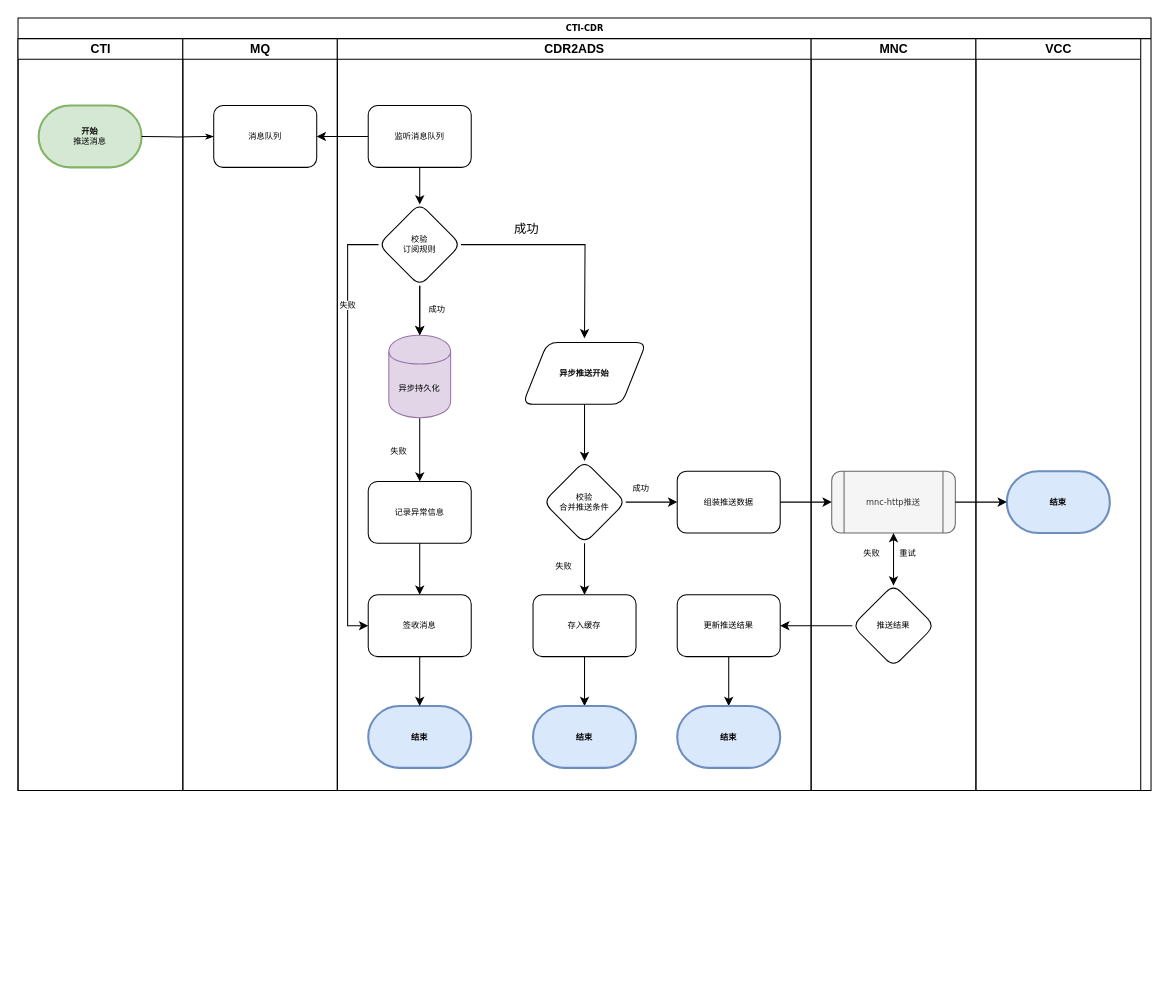
Earlier version of the draw.io diagram cdr2ads.drawio (brahao/draw.io). Source tidied: cells renumbered, new cells numbered last; positions are measured from the earlier drawing's top-left corner, leaving out a move shared by most shapes. Both pictures are drawn from the tidied source at 103%, with x=0, y=0 at pixel (18, 18).
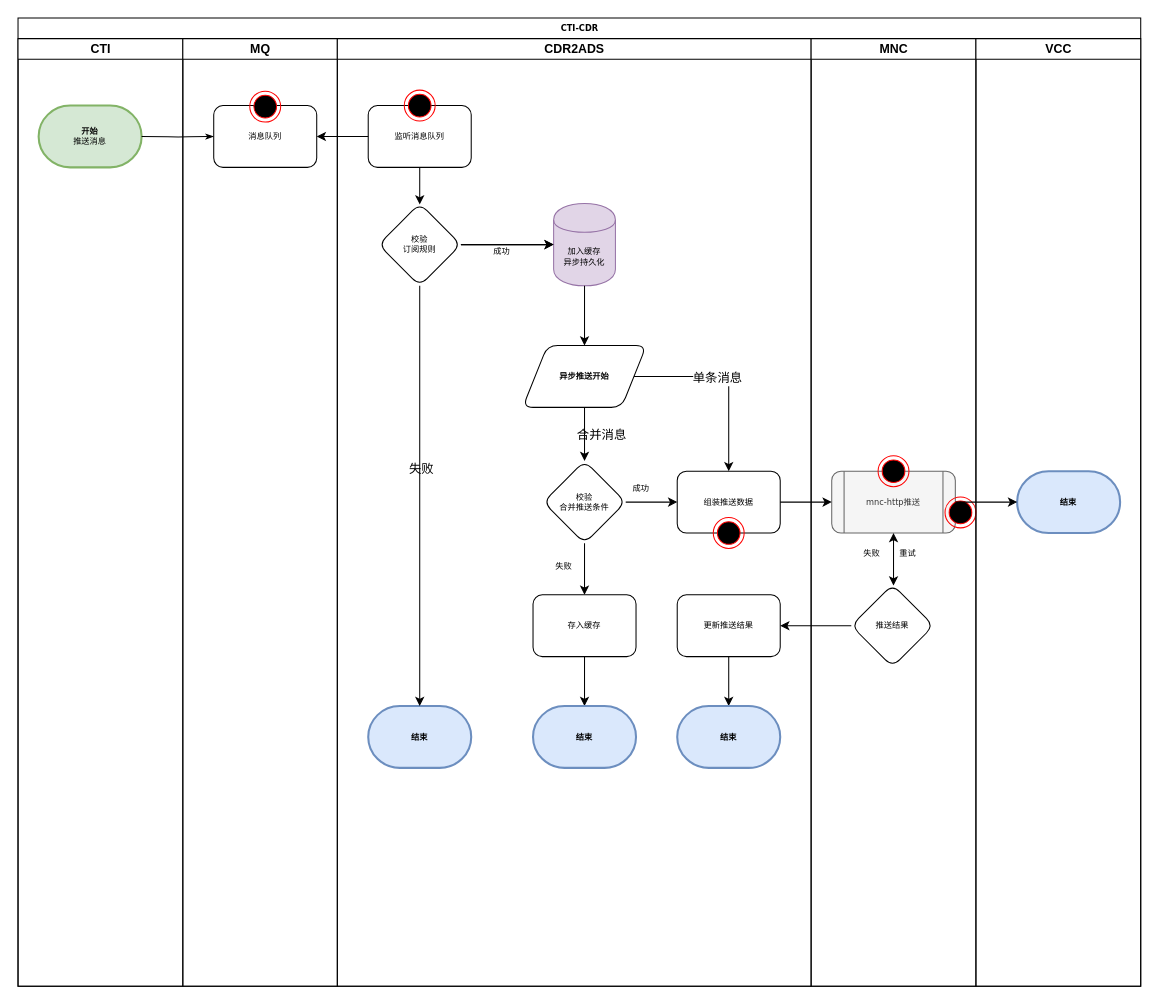
The same page after the edit.

The change refers to these unchanged cells:
```xml
<mxCell id="13" value="&lt;b&gt;结束&lt;/b&gt;" style="strokeWidth=2;html=1;shape=mxgraph.flowchart.terminator;whiteSpace=wrap;rounded=1;shadow=0;fontFamily=Verdana;fontSize=8;fillColor=#dae8fc;strokeColor=#6c8ebf;" parent="8" vertex="1">
  <mxGeometry x="30" y="648" width="100" height="60" as="geometry" />
</mxCell>
<mxCell id="17" value="校验&lt;br&gt;订阅规则" style="rhombus;whiteSpace=wrap;html=1;rounded=1;shadow=0;strokeWidth=1;fontFamily=Verdana;fontSize=8;" parent="8" vertex="1">
  <mxGeometry x="40" y="160" width="80" height="80" as="geometry" />
</mxCell>
<mxCell id="27" value="组装推送数据" style="rounded=1;whiteSpace=wrap;html=1;shadow=0;labelBackgroundColor=none;strokeColor=#000000;strokeWidth=1;fillColor=#ffffff;fontFamily=Verdana;fontSize=8;fontColor=#000000;align=center;" parent="8" vertex="1">
  <mxGeometry x="330" y="420" width="100" height="60" as="geometry" />
</mxCell>
```

What changed in the source:
```diff
@@
     <mxCell id="2" value="CTI-CDR" style="swimlane;html=1;startSize=20;rounded=0;shadow=0;labelBackgroundColor=none;strokeColor=#000000;strokeWidth=1;fillColor=#ffffff;fontFamily=Verdana;fontSize=8;fontColor=#000000;align=center;" parent="1" vertex="1">
-      <mxGeometry width="1100" height="750" as="geometry" />
+      <mxGeometry width="1090" height="940" as="geometry" />
     </mxCell>
     <mxCell id="3" value="CTI" style="swimlane;html=1;startSize=20;" parent="2" vertex="1">
-      <mxGeometry y="20" width="160" height="730" as="geometry" />
+      <mxGeometry y="20" width="160" height="920" as="geometry" />
     </mxCell>
@@
     <mxCell id="6" value="MQ" style="swimlane;html=1;startSize=20;" parent="2" vertex="1">
-      <mxGeometry x="160" y="20" width="150" height="730" as="geometry" />
+      <mxGeometry x="160" y="20" width="150" height="920" as="geometry" />
     </mxCell>
@@
+    <mxCell id="53" style="ellipse;html=1;shape=endState;fillColor=#000000;strokeColor=#ff0000;" parent="6" vertex="1">
+      <mxGeometry x="65" y="51" width="30" height="30" as="geometry" />
+    </mxCell>
     <mxCell id="8" value="CDR2ADS" style="swimlane;html=1;startSize=20;" parent="2" vertex="1">
-      <mxGeometry x="310" y="20" width="460" height="730" as="geometry" />
+      <mxGeometry x="310" y="20" width="460" height="920" as="geometry" />
     </mxCell>
@@
-    <mxCell id="11" style="edgeStyle=orthogonalEdgeStyle;rounded=0;jettySize=auto;html=1;fontFamily=Verdana;fontSize=8;" parent="8" edge="1" source="12" target="21">
-      <mxGeometry relative="1" as="geometry" />
-    </mxCell>
-    <mxCell id="12" value="异步持久化" style="shape=cylinder;whiteSpace=wrap;html=1;boundedLbl=1;backgroundOutline=1;rounded=1;shadow=0;strokeWidth=1;fontFamily=Verdana;fontSize=8;fillColor=#e1d5e7;strokeColor=#9673a6;" parent="8" vertex="1">
-      <mxGeometry x="50" y="288" width="60" height="80" as="geometry" />
+    <mxCell id="12" value="加入缓存&lt;br&gt;异步持久化" style="shape=cylinder;whiteSpace=wrap;html=1;boundedLbl=1;backgroundOutline=1;rounded=1;shadow=0;strokeWidth=1;fontFamily=Verdana;fontSize=8;fillColor=#e1d5e7;strokeColor=#9673a6;" parent="8" vertex="1">
+      <mxGeometry x="210" y="160" width="60" height="80" as="geometry" />
     </mxCell>
@@
-    <mxCell id="16" style="edgeStyle=orthogonalEdgeStyle;rounded=0;jettySize=auto;html=1;" parent="8" edge="1" source="17">
-      <mxGeometry relative="1" as="geometry">
-        <mxPoint x="240" y="291" as="targetPoint" />
-      </mxGeometry>
-    </mxCell>
+    <mxCell id="54" style="edgeStyle=orthogonalEdgeStyle;rounded=0;jettySize=auto;html=1;entryX=0.5;entryY=0;entryDx=0;entryDy=0;entryPerimeter=0;" parent="8" edge="1" source="17" target="13">
+      <mxGeometry relative="1" as="geometry" />
+    </mxCell>
@@
-    <mxCell id="18" style="edgeStyle=orthogonalEdgeStyle;rounded=0;jettySize=auto;html=1;fontFamily=Verdana;fontSize=8;" parent="8" edge="1" source="19" target="13">
-      <mxGeometry relative="1" as="geometry" />
-    </mxCell>
-    <mxCell id="19" value="签收消息" style="rounded=1;whiteSpace=wrap;html=1;shadow=0;labelBackgroundColor=none;strokeColor=#000000;strokeWidth=1;fillColor=#ffffff;fontFamily=Verdana;fontSize=8;fontColor=#000000;align=center;" parent="8" vertex="1">
-      <mxGeometry x="30" y="540" width="100" height="60" as="geometry" />
-    </mxCell>
-    <mxCell id="20" style="edgeStyle=orthogonalEdgeStyle;rounded=0;jettySize=auto;html=1;fontFamily=Verdana;fontSize=8;" parent="8" edge="1" source="21" target="19">
-      <mxGeometry relative="1" as="geometry" />
-    </mxCell>
-    <mxCell id="21" value="记录异常信息" style="rounded=1;whiteSpace=wrap;html=1;shadow=0;labelBackgroundColor=none;strokeColor=#000000;strokeWidth=1;fillColor=#ffffff;fontFamily=Verdana;fontSize=8;fontColor=#000000;align=center;" parent="8" vertex="1">
-      <mxGeometry x="30" y="430" width="100" height="60" as="geometry" />
-    </mxCell>
-    <mxCell id="22" style="edgeStyle=orthogonalEdgeStyle;rounded=0;jettySize=auto;html=1;fontFamily=Verdana;fontSize=8;entryX=0;entryY=0.5;entryDx=0;entryDy=0;" parent="8" edge="1" source="17" target="19">
-      <mxGeometry relative="1" as="geometry">
-        <Array as="points">
-          <mxPoint x="10" y="200" />
-          <mxPoint x="10" y="570" />
-        </Array>
-      </mxGeometry>
-    </mxCell>
-    <mxCell id="23" value="失败" style="text;html=1;align=center;verticalAlign=middle;labelBackgroundColor=#ffffff;fontSize=8;fontFamily=Verdana;" parent="22" vertex="1">
-      <mxGeometry x="-0.58" y="-1" relative="1" as="geometry" />
-    </mxCell>
@@
-    <mxCell id="36" value="失败" style="text;html=1;align=left;verticalAlign=top;spacingTop=-4;fontSize=8;fontFamily=Verdana;" parent="8" vertex="1">
-      <mxGeometry x="50" y="394" width="30" height="10" as="geometry" />
-    </mxCell>
-    <mxCell id="37" value="成功" style="text;html=1;align=left;verticalAlign=top;spacingTop=-4;" parent="8" vertex="1">
-      <mxGeometry x="170" y="175" width="40" height="20" as="geometry" />
-    </mxCell>
+    <mxCell id="49" value="成功" style="text;html=1;align=left;verticalAlign=top;spacingTop=-4;fontSize=8;fontFamily=Verdana;" parent="8" vertex="1">
+      <mxGeometry x="150" y="200" width="30" height="10" as="geometry" />
+    </mxCell>
+    <mxCell id="55" style="ellipse;html=1;shape=endState;fillColor=#000000;strokeColor=#ff0000;" parent="8" vertex="1">
+      <mxGeometry x="65" y="50" width="30" height="30" as="geometry" />
+    </mxCell>
+    <mxCell id="56" style="ellipse;html=1;shape=endState;fillColor=#000000;strokeColor=#ff0000;" parent="8" vertex="1">
+      <mxGeometry x="365" y="465" width="30" height="30" as="geometry" />
+    </mxCell>
     <mxCell id="38" value="MNC" style="swimlane;html=1;startSize=20;" parent="2" vertex="1">
-      <mxGeometry x="770" y="20" width="160" height="730" as="geometry" />
+      <mxGeometry x="770" y="20" width="160" height="920" as="geometry" />
     </mxCell>
@@
     <mxCell id="40" value="推送结果" style="rhombus;whiteSpace=wrap;html=1;rounded=1;shadow=0;strokeWidth=1;fontFamily=Verdana;fontSize=8;" parent="38" vertex="1">
-      <mxGeometry x="40" y="530" width="80" height="80" as="geometry" />
+      <mxGeometry x="39" y="530" width="80" height="80" as="geometry" />
     </mxCell>
@@
+    <mxCell id="57" style="ellipse;html=1;shape=endState;fillColor=#000000;strokeColor=#ff0000;" parent="38" vertex="1">
+      <mxGeometry x="65" y="405" width="30" height="30" as="geometry" />
+    </mxCell>
+    <mxCell id="58" style="ellipse;html=1;shape=endState;fillColor=#000000;strokeColor=#ff0000;" parent="38" vertex="1">
+      <mxGeometry x="130" y="445" width="30" height="30" as="geometry" />
+    </mxCell>
     <mxCell id="43" value="VCC" style="swimlane;html=1;startSize=20;" parent="2" vertex="1">
-      <mxGeometry x="930" y="20" width="160" height="730" as="geometry" />
+      <mxGeometry x="930" y="20" width="160" height="920" as="geometry" />
     </mxCell>
     <mxCell id="44" value="&lt;b&gt;结束&lt;/b&gt;" style="strokeWidth=2;html=1;shape=mxgraph.flowchart.terminator;whiteSpace=wrap;rounded=1;shadow=0;fontFamily=Verdana;fontSize=8;fillColor=#dae8fc;strokeColor=#6c8ebf;" parent="43" vertex="1">
-      <mxGeometry x="30" y="420" width="100" height="60" as="geometry" />
+      <mxGeometry x="40" y="420" width="100" height="60" as="geometry" />
     </mxCell>
@@
-    <mxCell id="49" value="成功" style="text;html=1;align=left;verticalAlign=top;spacingTop=-4;fontSize=8;fontFamily=Verdana;" parent="1" vertex="1">
-      <mxGeometry x="397" y="276" width="30" height="10" as="geometry" />
-    </mxCell>
@@
+    <mxCell id="59" style="edgeStyle=orthogonalEdgeStyle;rounded=0;jettySize=auto;html=1;entryX=0.5;entryY=0;entryDx=0;entryDy=0;" parent="1" edge="1" source="51" target="27">
+      <mxGeometry relative="1" as="geometry" />
+    </mxCell>
+    <mxCell id="60" value="单条消息" style="text;html=1;align=center;verticalAlign=middle;labelBackgroundColor=#ffffff;" parent="59" vertex="1">
+      <mxGeometry x="-0.13" y="-1" relative="1" as="geometry" />
+    </mxCell>
     <mxCell id="51" value="&lt;b&gt;异步推送开始&lt;/b&gt;" style="shape=parallelogram;perimeter=parallelogramPerimeter;whiteSpace=wrap;html=1;rounded=1;shadow=0;strokeWidth=1;fontFamily=Verdana;fontSize=8;" parent="1" vertex="1">
-      <mxGeometry x="490" y="315" width="120" height="60" as="geometry" />
+      <mxGeometry x="490" y="318" width="120" height="60" as="geometry" />
     </mxCell>
@@
+    <mxCell id="61" style="edgeStyle=orthogonalEdgeStyle;rounded=0;jettySize=auto;html=1;" parent="1" edge="1" source="12" target="51">
+      <mxGeometry relative="1" as="geometry" />
+    </mxCell>
+    <mxCell id="62" value="失败" style="text;html=1;align=left;verticalAlign=top;spacingTop=-4;" parent="1" vertex="1">
+      <mxGeometry x="378" y="428" width="40" height="20" as="geometry" />
+    </mxCell>
+    <mxCell id="63" value="合并消息" style="text;html=1;align=left;verticalAlign=top;spacingTop=-4;" parent="1" vertex="1">
+      <mxGeometry x="541" y="395" width="60" height="20" as="geometry" />
+    </mxCell>
```
